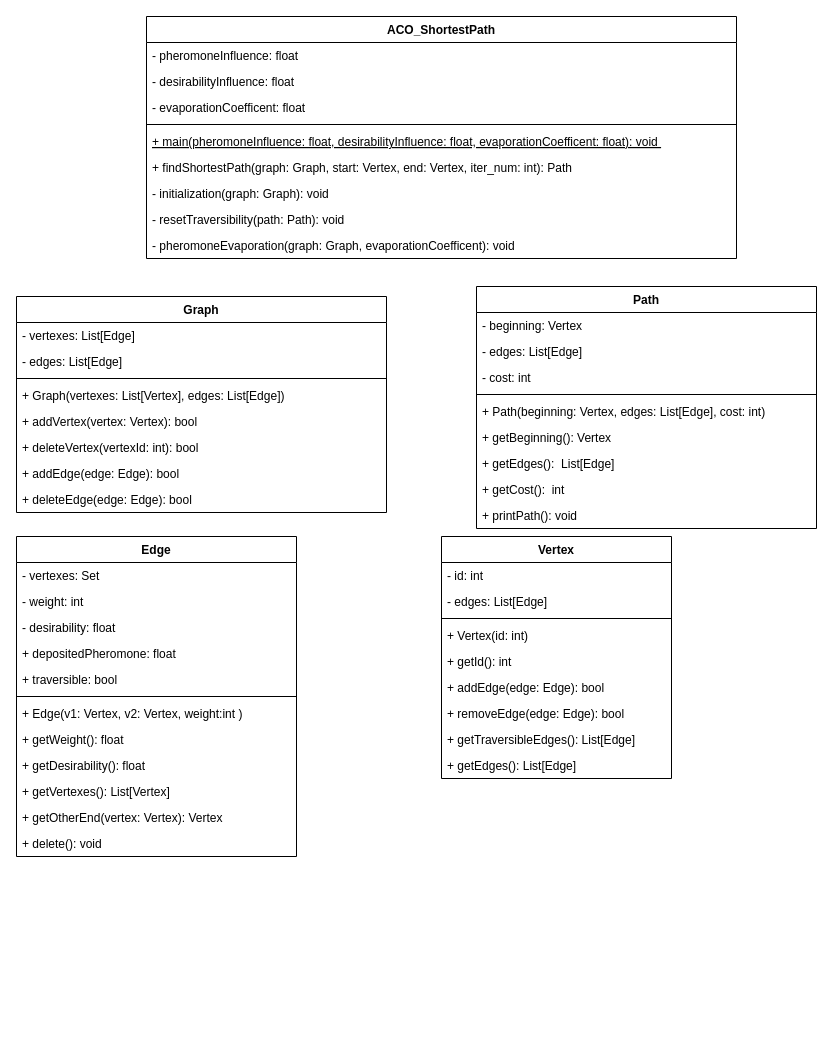
Before: Diagrams/ClassDiagram_ACO_ShortestPath.drawio in Michael-Czekanski/ACO_ShortestPath_Documentation, a draw.io diagram. Source tidied: cells renumbered, new cells numbered last; positions are measured from the earlier drawing's top-left corner, leaving out a move shared by most shapes. Both pictures are drawn from the tidied source at 100%, with x=0, y=0 at pixel (16, 16).
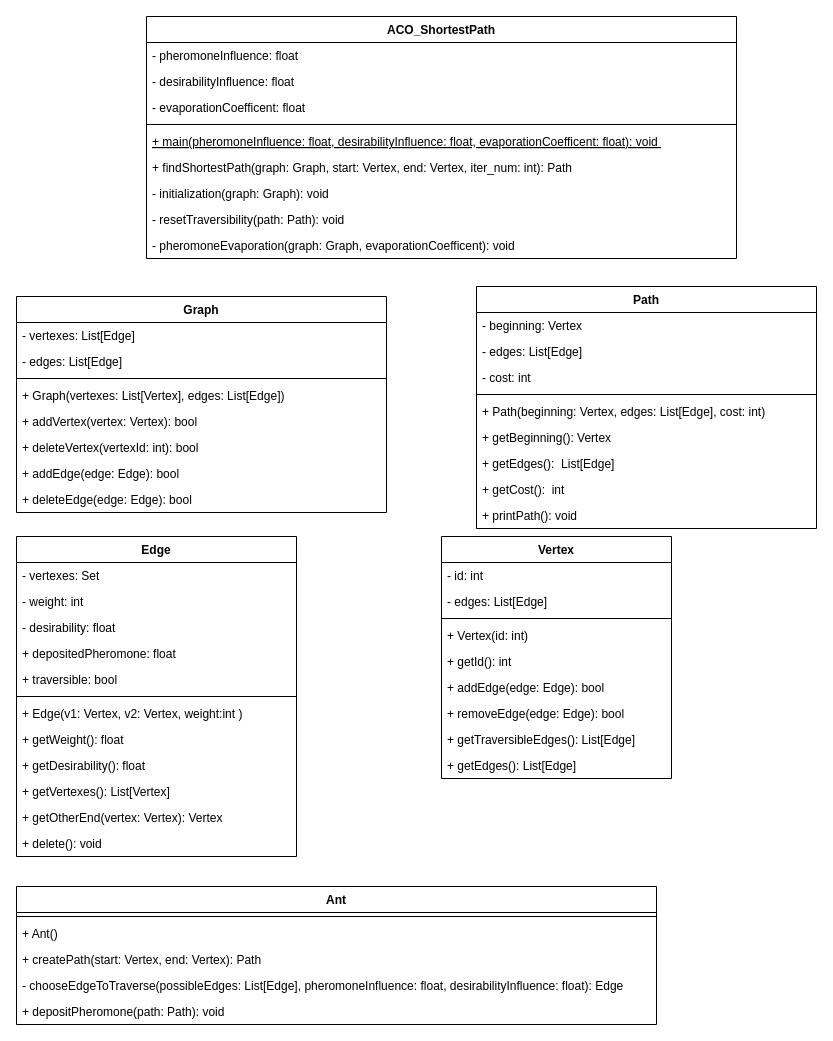
The same page after the edit.

Commit message:
Add Ant class to class diagram

Diff of the diagram source:
```diff
@@
+    <mxCell id="54" value="Ant" style="swimlane;fontStyle=1;align=center;verticalAlign=top;horizontal=1;startSize=26;" parent="1" vertex="1">
+      <mxGeometry y="870" width="640" height="138" as="geometry" />
+    </mxCell>
+    <mxCell id="55" style="line;strokeWidth=1;fillColor=none;align=left;verticalAlign=middle;spacingTop=-1;spacingLeft=3;spacingRight=3;labelPosition=right;" parent="54" vertex="1">
+      <mxGeometry y="26" width="640" height="8" as="geometry" />
+    </mxCell>
+    <mxCell id="56" value="+ Ant()" style="text;strokeColor=none;fillColor=none;align=left;verticalAlign=top;spacingLeft=4;spacingRight=4;overflow=hidden;" parent="54" vertex="1">
+      <mxGeometry y="34" width="640" height="26" as="geometry" />
+    </mxCell>
+    <mxCell id="57" value="+ createPath(start: Vertex, end: Vertex): Path" style="text;strokeColor=none;fillColor=none;align=left;verticalAlign=top;spacingLeft=4;spacingRight=4;overflow=hidden;" parent="54" vertex="1">
+      <mxGeometry y="60" width="640" height="26" as="geometry" />
+    </mxCell>
+    <mxCell id="58" value="- chooseEdgeToTraverse(possibleEdges: List[Edge], pheromoneInfluence: float, desirabilityInfluence: float): Edge" style="text;strokeColor=none;fillColor=none;align=left;verticalAlign=top;spacingLeft=4;spacingRight=4;overflow=hidden;" parent="54" vertex="1">
+      <mxGeometry y="86" width="640" height="26" as="geometry" />
+    </mxCell>
+    <mxCell id="59" value="+ depositPheromone(path: Path): void" style="text;strokeColor=none;fillColor=none;align=left;verticalAlign=top;spacingLeft=4;spacingRight=4;overflow=hidden;" parent="54" vertex="1">
+      <mxGeometry y="112" width="640" height="26" as="geometry" />
+    </mxCell>
```
